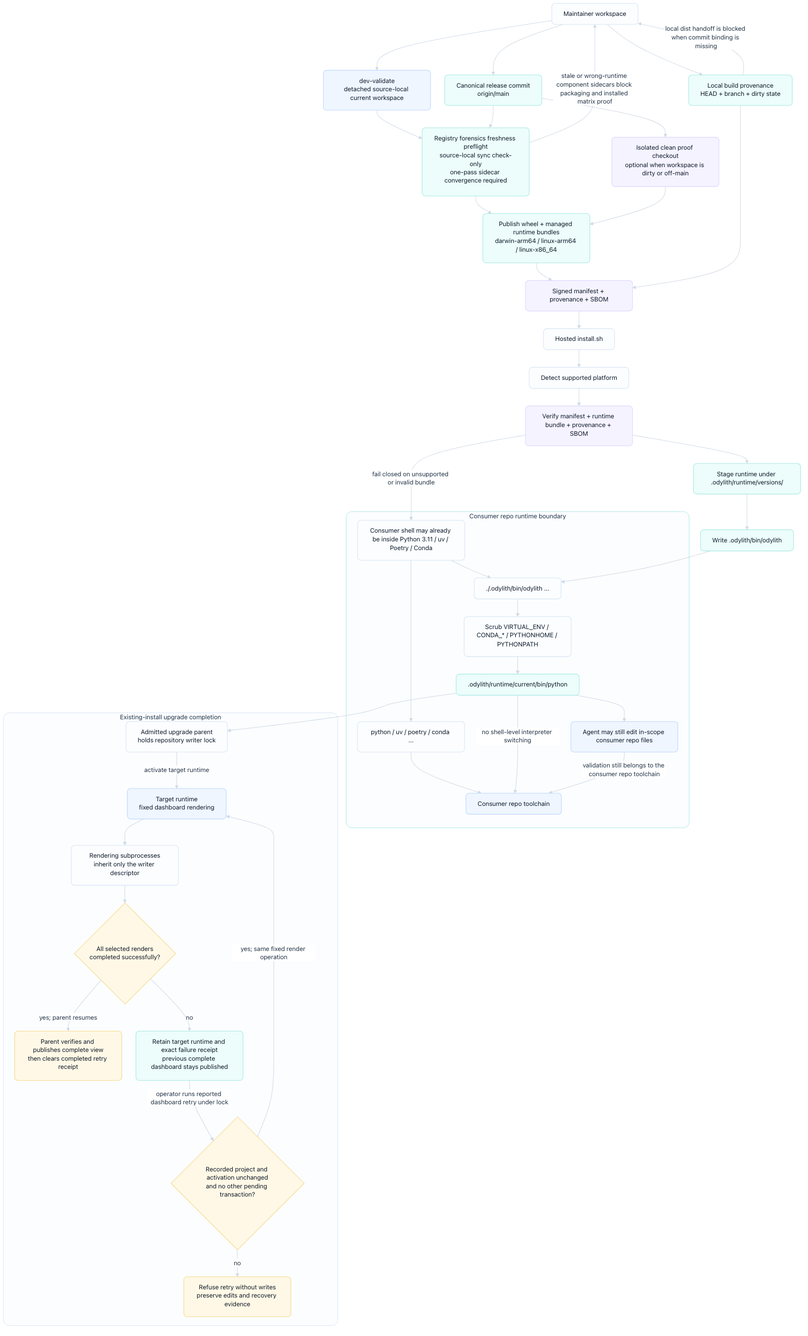
The Mermaid diagram odylith/atlas/source/odylith-managed-runtime-release-and-install-flow.png in odylith/odylith, before a commit. Its source is kept beside it as odylith/atlas/source/odylith-managed-runtime-release-and-install-flow.mmd.
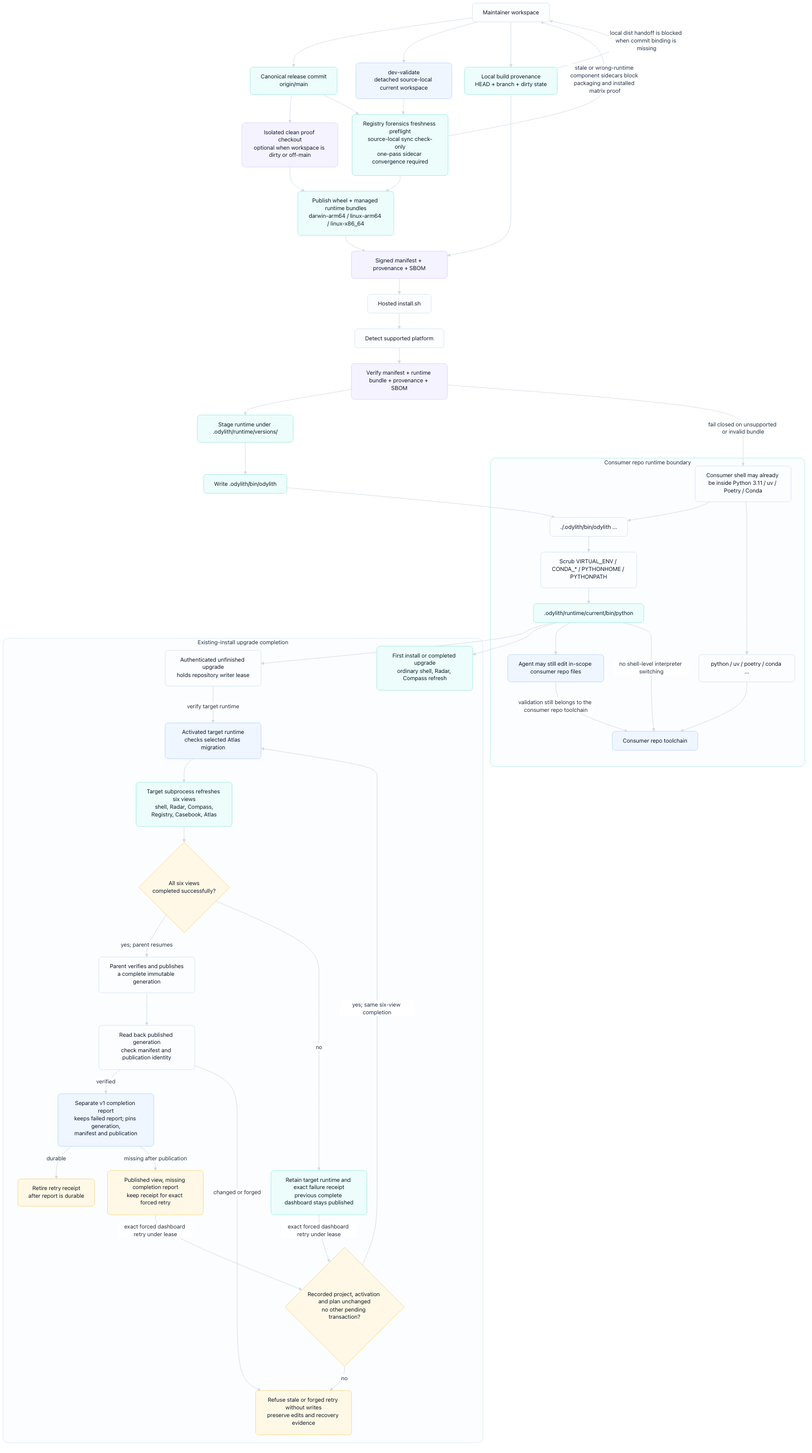
After the change.

Change to the diagram source:
```diff
@@ -24,14 +24,19 @@
     end
 
     subgraph upgrade_completion["Existing-install upgrade completion"]
-        upgrade_parent["Admitted upgrade parent<br/>holds repository writer lock"]
-        target_render["Target runtime<br/>fixed dashboard rendering"]
-        render_leaves["Rendering subprocesses<br/>inherit only the writer descriptor"]
-        complete_render{"All selected renders<br/>completed successfully?"}
-        publish_ready["Parent verifies and publishes complete view<br/>then clears completed retry receipt"]
+        upgrade_parent["Authenticated unfinished upgrade<br/>holds repository writer lease"]
+        target_render["Activated target runtime<br/>checks selected Atlas migration"]
+        render_leaves["Target subprocess refreshes six views<br/>shell, Radar, Compass,<br/>Registry, Casebook, Atlas"]
+        complete_render{"All six views<br/>completed successfully?"}
+        publish_ready["Parent verifies and publishes<br/>a complete immutable generation"]
+        readback["Read back published generation<br/>check manifest and publication identity"]
+        completion_report["Separate v1 completion report<br/>keeps failed report; pins generation,<br/>manifest and publication"]
+        receipt_retired["Retire retry receipt<br/>after report is durable"]
+        report_missing["Published view, missing completion report<br/>keep receipt for exact forced retry"]
         render_failure["Retain target runtime and exact failure receipt<br/>previous complete dashboard stays published"]
-        retry_check{"Recorded project and activation unchanged<br/>and no other pending transaction?"}
-        retry_refused["Refuse retry without writes<br/>preserve edits and recovery evidence"]
+        retry_check{"Recorded project, activation and plan unchanged<br/>no other pending transaction?"}
+        retry_refused["Refuse stale or forged retry without writes<br/>preserve edits and recovery evidence"]
+        ordinary_refresh["First install or completed upgrade<br/>ordinary shell, Radar, Compass refresh"]
     end
 
     maintainer --> canonical
@@ -50,13 +55,20 @@
     verify --> stage
     stage --> launcher
     managed --> upgrade_parent
-    upgrade_parent -->|activate target runtime| target_render
+    managed --> ordinary_refresh
+    upgrade_parent -->|verify target runtime| target_render
     target_render --> render_leaves
     render_leaves --> complete_render
     complete_render -->|yes; parent resumes| publish_ready
     complete_render -->|no| render_failure
-    render_failure -->|operator runs reported dashboard retry under lock| retry_check
-    retry_check -->|yes; same fixed render operation| target_render
+    publish_ready --> readback
+    readback -->|verified| completion_report
+    readback -->|changed or forged| retry_refused
+    completion_report -->|durable| receipt_retired
+    completion_report -->|missing after publication| report_missing
+    render_failure -->|exact forced dashboard retry under lease| retry_check
+    report_missing -->|exact forced dashboard retry under lease| retry_check
+    retry_check -->|yes; same six-view completion| target_render
     retry_check -->|no| retry_refused
 
     shell --> odylith_cmd
```
